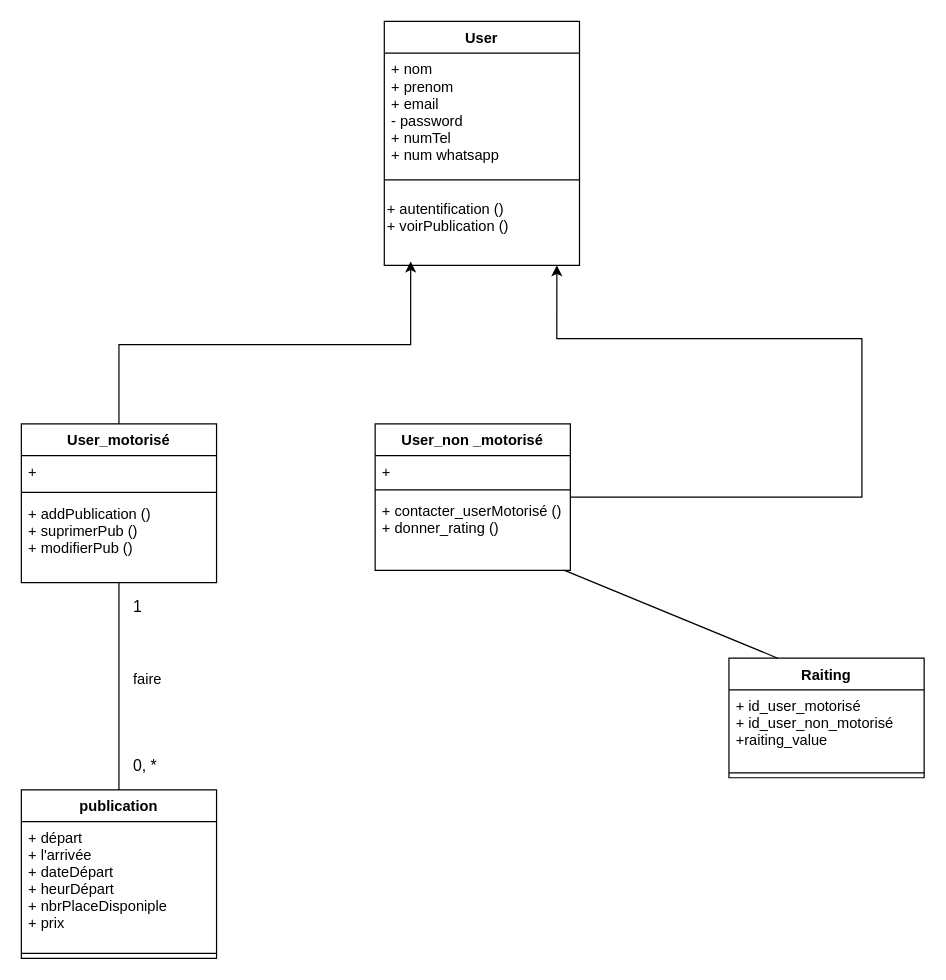
This is UML/new_class.drawio from HoussamEddineLamzoudi/fileRouge, a draw.io file, before an edit. Source tidied: cells renumbered, new cells numbered last; positions are measured from the earlier drawing's top-left corner, leaving out a move shared by most shapes. Both pictures are drawn from the tidied source at 122%, with x=0, y=0 at pixel (21, 21).
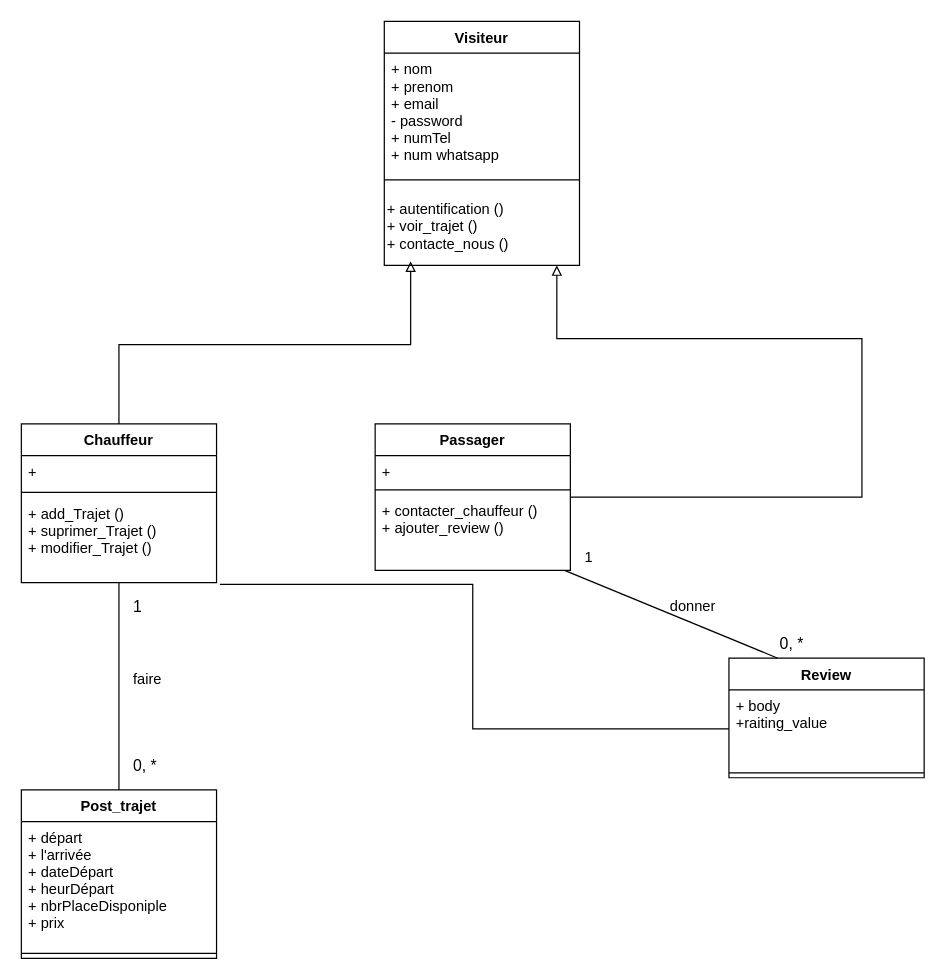
The same page after the edit.

Change to the diagram source:
```diff
@@
-    <mxCell id="3" style="edgeStyle=orthogonalEdgeStyle;rounded=0;jettySize=auto;html=1;exitX=0.5;exitY=0;exitDx=0;exitDy=0;entryX=0.135;entryY=0.947;entryDx=0;entryDy=0;entryPerimeter=0;" parent="1" edge="1" source="4" target="16">
+    <mxCell id="3" style="edgeStyle=orthogonalEdgeStyle;rounded=0;jettySize=auto;html=1;exitX=0.5;exitY=0;exitDx=0;exitDy=0;entryX=0.135;entryY=0.947;entryDx=0;entryDy=0;entryPerimeter=0;endArrow=block;endFill=0;" parent="1" edge="1" source="4" target="16">
       <mxGeometry relative="1" as="geometry" />
     </mxCell>
-    <mxCell id="4" value="User_motorisé" style="swimlane;fontStyle=1;align=center;verticalAlign=top;horizontal=1;startSize=26;" parent="1" vertex="1">
+    <mxCell id="4" value="Chauffeur" style="swimlane;fontStyle=1;align=center;verticalAlign=top;horizontal=1;startSize=26;" parent="1" vertex="1">
       <mxGeometry y="330" width="160" height="130" as="geometry" />
     </mxCell>
@@
-    <mxCell id="7" value="+ addPublication ()&#10;+ suprimerPub ()&#10;+ modifierPub ()&#10;" style="text;strokeColor=none;fillColor=none;align=left;verticalAlign=top;spacingLeft=4;spacingRight=4;overflow=hidden;points=[[0,0.5],[1,0.5]];portConstraint=eastwest;" parent="4" vertex="1">
+    <mxCell id="7" value="+ add_Trajet ()&#10;+ suprimer_Trajet ()&#10;+ modifier_Trajet ()&#10;" style="text;strokeColor=none;fillColor=none;align=left;verticalAlign=top;spacingLeft=4;spacingRight=4;overflow=hidden;points=[[0,0.5],[1,0.5]];portConstraint=eastwest;" parent="4" vertex="1">
       <mxGeometry y="60" width="160" height="70" as="geometry" />
     </mxCell>
-    <mxCell id="8" style="edgeStyle=orthogonalEdgeStyle;rounded=0;jettySize=auto;html=1;entryX=0.884;entryY=1;entryDx=0;entryDy=0;entryPerimeter=0;" parent="1" edge="1" source="9" target="16">
+    <mxCell id="8" style="edgeStyle=orthogonalEdgeStyle;rounded=0;jettySize=auto;html=1;entryX=0.884;entryY=1;entryDx=0;entryDy=0;entryPerimeter=0;endArrow=block;endFill=0;" parent="1" edge="1" source="9" target="16">
       <mxGeometry relative="1" as="geometry">
         <Array as="points">
           <mxPoint x="689" y="260" />
           <mxPoint x="439" y="260" />
         </Array>
       </mxGeometry>
     </mxCell>
-    <mxCell id="9" value="User_non _motorisé" style="swimlane;fontStyle=1;align=center;verticalAlign=top;horizontal=1;startSize=26;" parent="1" vertex="1">
+    <mxCell id="9" value="Passager" style="swimlane;fontStyle=1;align=center;verticalAlign=top;horizontal=1;startSize=26;" parent="1" vertex="1">
       <mxGeometry x="290" y="330" width="160" height="120" as="geometry" />
     </mxCell>
@@
-    <mxCell id="12" value="+ contacter_userMotorisé ()&#10;+ donner_rating ()&#10;" style="text;strokeColor=none;fillColor=none;align=left;verticalAlign=top;spacingLeft=4;spacingRight=4;overflow=hidden;points=[[0,0.5],[1,0.5]];portConstraint=eastwest;" parent="9" vertex="1">
+    <mxCell id="12" value="+ contacter_chauffeur ()&#10;+ ajouter_review ()&#10;" style="text;strokeColor=none;fillColor=none;align=left;verticalAlign=top;spacingLeft=4;spacingRight=4;overflow=hidden;points=[[0,0.5],[1,0.5]];portConstraint=eastwest;" parent="9" vertex="1">
       <mxGeometry y="58" width="160" height="62" as="geometry" />
     </mxCell>
-    <mxCell id="13" value="User" style="swimlane;fontStyle=1;align=center;verticalAlign=top;horizontal=1;startSize=26;" parent="1" vertex="1">
+    <mxCell id="13" value="Visiteur" style="swimlane;fontStyle=1;align=center;verticalAlign=top;horizontal=1;startSize=26;" parent="1" vertex="1">
       <mxGeometry x="297.5" width="160" height="200" as="geometry" />
     </mxCell>
@@
-    <mxCell id="16" value="+ autentification ()&lt;br&gt;+ voirPublication ()" style="text;html=1;" parent="13" vertex="1">
+    <mxCell id="16" value="+ autentification ()&lt;br&gt;+ voir_trajet ()&lt;br&gt;+ contacte_nous ()" style="text;html=1;" parent="13" vertex="1">
       <mxGeometry y="140" width="160" height="60" as="geometry" />
     </mxCell>
-    <mxCell id="17" value="publication" style="swimlane;fontStyle=1;align=center;verticalAlign=top;horizontal=1;startSize=26;" parent="1" vertex="1">
+    <mxCell id="17" value="Post_trajet" style="swimlane;fontStyle=1;align=center;verticalAlign=top;horizontal=1;startSize=26;" parent="1" vertex="1">
       <mxGeometry y="630" width="160" height="138" as="geometry" />
     </mxCell>
@@
-    <mxCell id="23" value="Raiting" style="swimlane;fontStyle=1;align=center;verticalAlign=top;horizontal=1;startSize=26;" parent="1" vertex="1">
+    <mxCell id="23" value="Review" style="swimlane;fontStyle=1;align=center;verticalAlign=top;horizontal=1;startSize=26;" parent="1" vertex="1">
       <mxGeometry x="580" y="522" width="160" height="98" as="geometry" />
     </mxCell>
-    <mxCell id="24" value="+ id_user_motorisé&#10;+ id_user_non_motorisé&#10;+raiting_value&#10;" style="text;strokeColor=none;fillColor=none;align=left;verticalAlign=top;spacingLeft=4;spacingRight=4;overflow=hidden;points=[[0,0.5],[1,0.5]];portConstraint=eastwest;" parent="23" vertex="1">
+    <mxCell id="24" value="+ body&#10;+raiting_value&#10;" style="text;strokeColor=none;fillColor=none;align=left;verticalAlign=top;spacingLeft=4;spacingRight=4;overflow=hidden;points=[[0,0.5],[1,0.5]];portConstraint=eastwest;" parent="23" vertex="1">
       <mxGeometry y="26" width="160" height="64" as="geometry" />
     </mxCell>
@@
+    <mxCell id="27" value="1" style="text;html=1;align=left;verticalAlign=top;spacingTop=-4;" parent="1" vertex="1">
+      <mxGeometry x="460" y="430" width="20" height="20" as="geometry" />
+    </mxCell>
+    <mxCell id="28" value="&lt;font style=&quot;font-size: 13px&quot;&gt;0, *&lt;/font&gt;" style="text;html=1;align=left;verticalAlign=top;spacingTop=-4;" parent="1" vertex="1">
+      <mxGeometry x="620" y="500" width="30" height="20" as="geometry" />
+    </mxCell>
+    <mxCell id="29" value="donner" style="text;html=1;align=left;verticalAlign=top;spacingTop=-4;" parent="1" vertex="1">
+      <mxGeometry x="530" y="470" width="50" height="20" as="geometry" />
+    </mxCell>
+    <mxCell id="30" style="edgeStyle=orthogonalEdgeStyle;rounded=0;jettySize=auto;html=1;entryX=1.017;entryY=1.022;entryDx=0;entryDy=0;entryPerimeter=0;endArrow=none;endFill=0;" parent="1" edge="1" source="24" target="7">
+      <mxGeometry relative="1" as="geometry" />
+    </mxCell>
```
